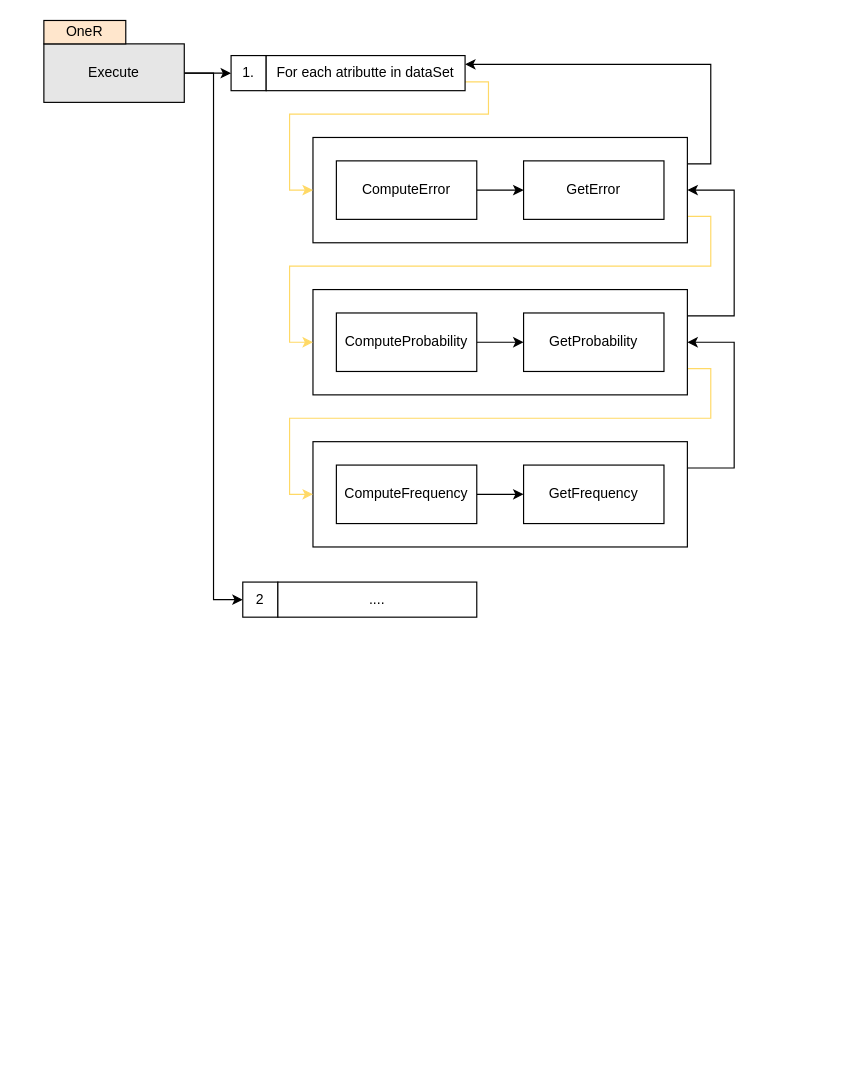
The draw.io diagram 03_Trabs/01/OneR_Flow.drawio in joaoRocha47196/AMD_repo, before the edit. Source tidied: cells renumbered, new cells numbered last; positions are measured from the earlier drawing's top-left corner, leaving out a move shared by most shapes. Both pictures are drawn from the tidied source at 117%, with x=0, y=0 at pixel (43, 20).
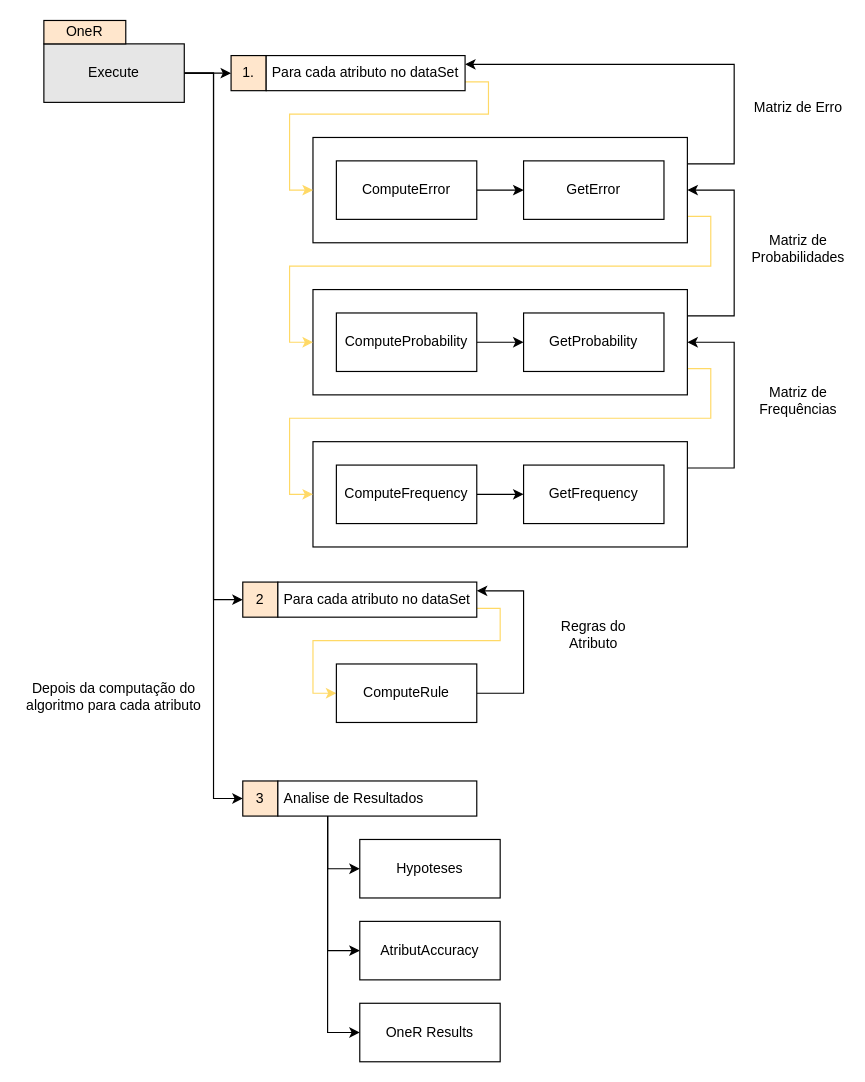
The same diagram, later.

The change refers to these unchanged cells:
```xml
<mxCell id="9" style="rounded=0;whiteSpace=wrap;html=1;" parent="1" vertex="1">
  <mxGeometry x="230" y="100" width="320" height="90" as="geometry" />
</mxCell>
<mxCell id="12" value="Execute" style="rounded=0;whiteSpace=wrap;html=1;fillColor=#E6E6E6;" parent="1" vertex="1">
  <mxGeometry y="20" width="120" height="50" as="geometry" />
</mxCell>
```

Change to the diagram source:
```diff
@@
     <mxCell id="8" style="edgeStyle=orthogonalEdgeStyle;rounded=0;jettySize=auto;html=1;exitX=1;exitY=0.25;exitDx=0;exitDy=0;entryX=1;entryY=0.25;entryDx=0;entryDy=0;" parent="1" edge="1" source="9" target="25">
-      <mxGeometry relative="1" as="geometry" />
+      <mxGeometry relative="1" as="geometry">
+        <Array as="points">
+          <mxPoint x="590" y="123" />
+          <mxPoint x="590" y="38" />
+        </Array>
+      </mxGeometry>
     </mxCell>
@@
+    <mxCell id="28" style="edgeStyle=orthogonalEdgeStyle;rounded=0;jettySize=auto;html=1;exitX=1;exitY=0.5;exitDx=0;exitDy=0;entryX=0;entryY=0.5;entryDx=0;entryDy=0;" parent="1" edge="1" source="12" target="36">
+      <mxGeometry relative="1" as="geometry" />
+    </mxCell>
@@
-    <mxCell id="23" value="1." style="rounded=0;whiteSpace=wrap;html=1;fillColor=#FFFFFF;" parent="1" vertex="1">
+    <mxCell id="23" value="1." style="rounded=0;whiteSpace=wrap;html=1;fillColor=#FFE6CC;" parent="1" vertex="1">
       <mxGeometry x="160" y="30" width="30" height="30" as="geometry" />
     </mxCell>
@@
-    <mxCell id="25" value="For each atributte in dataSet" style="rounded=0;whiteSpace=wrap;html=1;fillColor=#FFFFFF;" parent="1" vertex="1">
+    <mxCell id="25" value="Para cada atributo no dataSet" style="rounded=0;whiteSpace=wrap;html=1;fillColor=#FFFFFF;" parent="1" vertex="1">
       <mxGeometry x="190" y="30" width="170" height="30" as="geometry" />
     </mxCell>
-    <mxCell id="26" value="2" style="rounded=0;whiteSpace=wrap;html=1;fillColor=#FFFFFF;" parent="1" vertex="1">
+    <mxCell id="26" value="2" style="rounded=0;whiteSpace=wrap;html=1;fillColor=#FFE6CC;" parent="1" vertex="1">
       <mxGeometry x="170" y="480" width="30" height="30" as="geometry" />
     </mxCell>
+    <mxCell id="29" style="edgeStyle=orthogonalEdgeStyle;rounded=0;jettySize=auto;html=1;exitX=1;exitY=0.75;exitDx=0;exitDy=0;entryX=0;entryY=0.5;entryDx=0;entryDy=0;strokeColor=#FFD966;" parent="1" edge="1" source="27" target="34">
+      <mxGeometry relative="1" as="geometry" />
+    </mxCell>
-    <mxCell id="27" value="...." style="rounded=0;whiteSpace=wrap;html=1;fillColor=#FFFFFF;" parent="1" vertex="1">
+    <mxCell id="27" value="Para cada atributo no dataSet" style="rounded=0;whiteSpace=wrap;html=1;fillColor=#FFFFFF;" parent="1" vertex="1">
       <mxGeometry x="200" y="480" width="170" height="30" as="geometry" />
     </mxCell>
+    <mxCell id="30" value="Matriz de Frequências" style="text;html=1;strokeColor=none;fillColor=none;align=center;verticalAlign=middle;whiteSpace=wrap;rounded=0;" parent="1" vertex="1">
+      <mxGeometry x="605" y="310" width="80" height="30" as="geometry" />
+    </mxCell>
+    <mxCell id="31" value="Matriz de Probabilidades" style="text;html=1;strokeColor=none;fillColor=none;align=center;verticalAlign=middle;whiteSpace=wrap;rounded=0;" parent="1" vertex="1">
+      <mxGeometry x="610" y="180" width="70" height="30" as="geometry" />
+    </mxCell>
+    <mxCell id="32" value="Matriz de Erro" style="text;html=1;strokeColor=none;fillColor=none;align=center;verticalAlign=middle;whiteSpace=wrap;rounded=0;" parent="1" vertex="1">
+      <mxGeometry x="605" y="60" width="80" height="30" as="geometry" />
+    </mxCell>
+    <mxCell id="33" style="edgeStyle=orthogonalEdgeStyle;rounded=0;jettySize=auto;html=1;exitX=1;exitY=0.5;exitDx=0;exitDy=0;entryX=1;entryY=0.25;entryDx=0;entryDy=0;" parent="1" edge="1" source="34" target="27">
+      <mxGeometry relative="1" as="geometry">
+        <Array as="points">
+          <mxPoint x="410" y="575" />
+          <mxPoint x="410" y="488" />
+        </Array>
+      </mxGeometry>
+    </mxCell>
+    <mxCell id="34" value="ComputeRule" style="rounded=0;whiteSpace=wrap;html=1;fillColor=#FFFFFF;" parent="1" vertex="1">
+      <mxGeometry x="250" y="550" width="120" height="50" as="geometry" />
+    </mxCell>
+    <mxCell id="35" value="Regras do Atributo" style="text;html=1;strokeColor=none;fillColor=none;align=center;verticalAlign=middle;whiteSpace=wrap;rounded=0;" parent="1" vertex="1">
+      <mxGeometry x="430" y="510" width="80" height="30" as="geometry" />
+    </mxCell>
+    <mxCell id="36" value="3" style="rounded=0;whiteSpace=wrap;html=1;fillColor=#FFE6CC;" parent="1" vertex="1">
+      <mxGeometry x="170" y="650" width="30" height="30" as="geometry" />
+    </mxCell>
+    <mxCell id="37" style="edgeStyle=orthogonalEdgeStyle;rounded=0;jettySize=auto;html=1;exitX=0.25;exitY=1;exitDx=0;exitDy=0;entryX=0;entryY=0.5;entryDx=0;entryDy=0;" parent="1" edge="1" source="40" target="42">
+      <mxGeometry relative="1" as="geometry" />
+    </mxCell>
+    <mxCell id="38" style="edgeStyle=orthogonalEdgeStyle;rounded=0;jettySize=auto;html=1;exitX=0.25;exitY=1;exitDx=0;exitDy=0;entryX=0;entryY=0.5;entryDx=0;entryDy=0;" parent="1" edge="1" source="40" target="43">
+      <mxGeometry relative="1" as="geometry" />
+    </mxCell>
+    <mxCell id="39" style="edgeStyle=orthogonalEdgeStyle;rounded=0;jettySize=auto;html=1;exitX=0.25;exitY=1;exitDx=0;exitDy=0;entryX=0;entryY=0.5;entryDx=0;entryDy=0;" parent="1" edge="1" source="40" target="44">
+      <mxGeometry relative="1" as="geometry" />
+    </mxCell>
+    <mxCell id="40" value="&amp;nbsp;Analise de Resultados" style="rounded=0;whiteSpace=wrap;html=1;fillColor=#FFFFFF;align=left;" parent="1" vertex="1">
+      <mxGeometry x="200" y="650" width="170" height="30" as="geometry" />
+    </mxCell>
+    <mxCell id="41" value="Depois da computação do algoritmo para cada atributo" style="text;html=1;strokeColor=none;fillColor=none;align=center;verticalAlign=middle;whiteSpace=wrap;rounded=0;" parent="1" vertex="1">
+      <mxGeometry x="-20" y="550" width="160" height="55" as="geometry" />
+    </mxCell>
+    <mxCell id="42" value="Hypoteses" style="rounded=0;whiteSpace=wrap;html=1;fillColor=#FFFFFF;" parent="1" vertex="1">
+      <mxGeometry x="270" y="700" width="120" height="50" as="geometry" />
+    </mxCell>
+    <mxCell id="43" value="AtributAccuracy" style="rounded=0;whiteSpace=wrap;html=1;fillColor=#FFFFFF;" parent="1" vertex="1">
+      <mxGeometry x="270" y="770" width="120" height="50" as="geometry" />
+    </mxCell>
+    <mxCell id="44" value="OneR Results" style="rounded=0;whiteSpace=wrap;html=1;fillColor=#FFFFFF;" parent="1" vertex="1">
+      <mxGeometry x="270" y="840" width="120" height="50" as="geometry" />
+    </mxCell>
```
